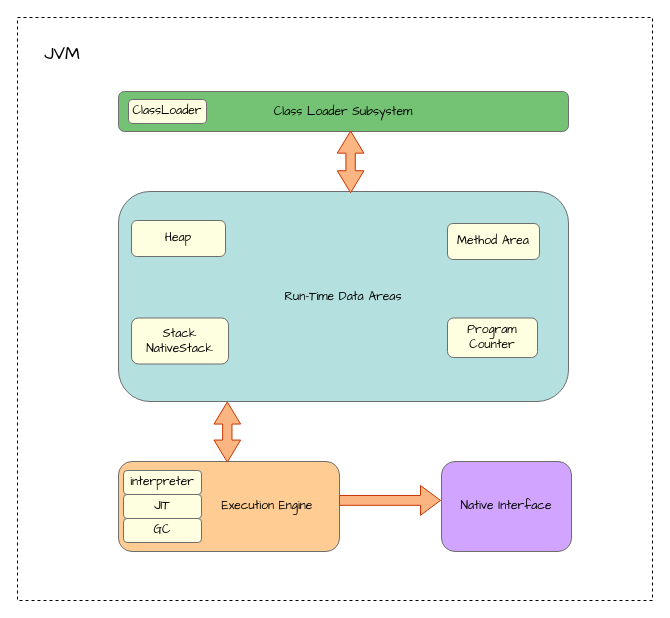
This is page "JVM组成" (5 of 13) of adnir.drawio from LittleY98/Draw_Repository, a draw.io file, before an edit. Source tidied: cells renumbered, new cells numbered last; positions are measured from the earlier drawing's top-left corner, leaving out a move shared by most shapes. Both pictures are drawn from the tidied source at 100%, with x=0, y=0 at pixel (17, 17).
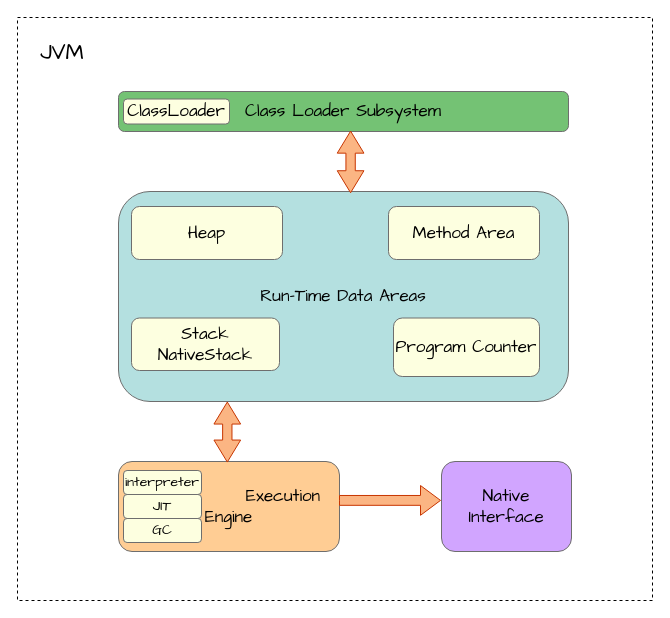
The same diagram, later.

The edit, as a diff of the source:
```diff
@@
 <mxGraphModel>
   <root>
     <mxCell id="0" />
     <mxCell id="1" parent="0" />
-    <mxCell id="2" style="rounded=0;whiteSpace=wrap;html=1;dashed=1;" parent="1" vertex="1">
+    <mxCell id="2" style="rounded=0;whiteSpace=wrap;html=1;dashed=1;fontSize=17;fontFamily=Comic Sans MS;" parent="1" vertex="1">
       <mxGeometry width="635" height="583" as="geometry" />
     </mxCell>
-    <mxCell id="3" value="&lt;font face=&quot;Comic Sans MS&quot;&gt;Class Loader Subsystem&lt;/font&gt;" style="rounded=1;whiteSpace=wrap;html=1;labelBackgroundColor=none;fillStyle=solid;fillColor=#74C274;strokeColor=#6E6E6E;" parent="1" vertex="1">
+    <mxCell id="3" value="&lt;font style=&quot;font-size: 17px;&quot;&gt;Class Loader Subsystem&lt;/font&gt;" style="rounded=1;whiteSpace=wrap;html=1;labelBackgroundColor=none;fillStyle=solid;fillColor=#74C274;strokeColor=#6E6E6E;fontSize=17;fontFamily=Comic Sans MS;" parent="1" vertex="1">
       <mxGeometry x="101" y="74" width="450" height="40" as="geometry" />
     </mxCell>
-    <mxCell id="4" value="&lt;font color=&quot;#000000&quot; face=&quot;Comic Sans MS&quot;&gt;Run-Time Data Areas&lt;/font&gt;" style="rounded=1;whiteSpace=wrap;html=1;labelBackgroundColor=none;fillColor=#B4E0E0;fontColor=#ffffff;strokeColor=#6E6E6E;fillStyle=solid;" parent="1" vertex="1">
+    <mxCell id="4" value="&lt;font style=&quot;font-size: 17px;&quot; color=&quot;#000000&quot;&gt;Run-Time Data Areas&lt;/font&gt;" style="rounded=1;whiteSpace=wrap;html=1;labelBackgroundColor=none;fillColor=#B4E0E0;fontColor=#ffffff;strokeColor=#6E6E6E;fillStyle=solid;fontSize=17;fontFamily=Comic Sans MS;" parent="1" vertex="1">
       <mxGeometry x="101" y="174" width="450" height="210" as="geometry" />
     </mxCell>
-    <mxCell id="5" value="&lt;font face=&quot;Comic Sans MS&quot;&gt;&amp;nbsp; &amp;nbsp; &amp;nbsp;&lt;span style=&quot;white-space: pre;&quot;&gt;&#9;&lt;/span&gt;&lt;span style=&quot;white-space: pre;&quot;&gt;&#9;&lt;/span&gt;Execution Engine&lt;/font&gt;" style="rounded=1;whiteSpace=wrap;html=1;hachureGap=4;fontFamily=Architects Daughter;labelBackgroundColor=none;fillStyle=solid;fillColor=#ffcd94;strokeColor=#6E6E6E;" parent="1" vertex="1">
+    <mxCell id="5" value="&lt;font style=&quot;font-size: 17px;&quot;&gt;&amp;nbsp; &amp;nbsp; &amp;nbsp;&lt;span style=&quot;white-space: pre; font-size: 17px;&quot;&gt;&#9;&lt;/span&gt;&lt;span style=&quot;white-space: pre; font-size: 17px;&quot;&gt;&#9;&lt;/span&gt;Execution Engine&lt;/font&gt;" style="rounded=1;whiteSpace=wrap;html=1;hachureGap=4;fontFamily=Comic Sans MS;labelBackgroundColor=none;fillStyle=solid;fillColor=#ffcd94;strokeColor=#6E6E6E;fontSize=17;" parent="1" vertex="1">
       <mxGeometry x="101" y="444" width="221" height="90" as="geometry" />
     </mxCell>
-    <mxCell id="6" value="&lt;font face=&quot;Comic Sans MS&quot;&gt;Native Interface&lt;/font&gt;" style="rounded=1;whiteSpace=wrap;html=1;hachureGap=4;fontFamily=Architects Daughter;labelBackgroundColor=none;fillColor=#d1a5ff;fillStyle=solid;strokeColor=#6E6E6E;" parent="1" vertex="1">
+    <mxCell id="6" value="&lt;font style=&quot;font-size: 17px;&quot;&gt;Native Interface&lt;/font&gt;" style="rounded=1;whiteSpace=wrap;html=1;hachureGap=4;fontFamily=Comic Sans MS;labelBackgroundColor=none;fillColor=#d1a5ff;fillStyle=solid;strokeColor=#6E6E6E;fontSize=17;" parent="1" vertex="1">
       <mxGeometry x="424" y="444" width="130" height="90" as="geometry" />
     </mxCell>
-    <mxCell id="7" style="html=1;shadow=0;dashed=0;align=center;verticalAlign=middle;shape=mxgraph.arrows2.twoWayArrow;dy=0.65;dx=22;rounded=1;hachureGap=4;fontFamily=Architects Daughter;rotation=90;labelBackgroundColor=none;strokeColor=#C73500;fillColor=#FBB583;fontColor=#000000;" parent="1" vertex="1">
+    <mxCell id="7" style="html=1;shadow=0;dashed=0;align=center;verticalAlign=middle;shape=mxgraph.arrows2.twoWayArrow;dy=0.65;dx=22;rounded=1;hachureGap=4;fontFamily=Comic Sans MS;rotation=90;labelBackgroundColor=none;strokeColor=#C73500;fillColor=#FBB583;fontColor=#000000;fontSize=17;" parent="1" vertex="1">
       <mxGeometry x="302.3" y="131.1" width="61.6" height="26.7" as="geometry" />
     </mxCell>
-    <mxCell id="8" style="html=1;shadow=0;dashed=0;align=center;verticalAlign=middle;shape=mxgraph.arrows2.arrow;dy=0.67;dx=20;notch=0;hachureGap=4;fontFamily=Architects Daughter;strokeColor=#C73500;fillColor=#FBB583;fontColor=#000000;" parent="1" vertex="1">
+    <mxCell id="8" style="html=1;shadow=0;dashed=0;align=center;verticalAlign=middle;shape=mxgraph.arrows2.arrow;dy=0.67;dx=20;notch=0;hachureGap=4;fontFamily=Comic Sans MS;strokeColor=#C73500;fillColor=#FBB583;fontColor=#000000;fontSize=17;" parent="1" vertex="1">
       <mxGeometry x="322" y="468" width="101" height="29.8" as="geometry" />
     </mxCell>
-    <mxCell id="9" value="ClassLoader" style="rounded=1;whiteSpace=wrap;html=1;hachureGap=4;fontFamily=Architects Daughter;fillColor=#FDFFE0;fillStyle=solid;strokeColor=#6E6E6E;" parent="1" vertex="1">
-      <mxGeometry x="111" y="82" width="78" height="24" as="geometry" />
+    <mxCell id="9" value="ClassLoader" style="rounded=1;whiteSpace=wrap;html=1;hachureGap=4;fontFamily=Comic Sans MS;fillColor=#FDFFE0;fillStyle=solid;strokeColor=#6E6E6E;fontSize=17;" parent="1" vertex="1">
+      <mxGeometry x="106" y="81.5" width="106" height="25" as="geometry" />
     </mxCell>
-    <mxCell id="10" value="Heap" style="rounded=1;whiteSpace=wrap;html=1;hachureGap=4;fontFamily=Architects Daughter;fillColor=#FDFFE0;fillStyle=solid;strokeColor=#6E6E6E;" parent="1" vertex="1">
-      <mxGeometry x="114" y="203" width="94" height="36" as="geometry" />
+    <mxCell id="10" value="Heap" style="rounded=1;whiteSpace=wrap;html=1;hachureGap=4;fontFamily=Comic Sans MS;fillColor=#FDFFE0;fillStyle=solid;strokeColor=#6E6E6E;fontSize=17;" parent="1" vertex="1">
+      <mxGeometry x="114" y="189" width="151" height="53" as="geometry" />
     </mxCell>
-    <mxCell id="11" value="Stack&lt;div&gt;NativeStack&lt;/div&gt;" style="rounded=1;whiteSpace=wrap;html=1;hachureGap=4;fontFamily=Architects Daughter;fillColor=#FDFFE0;fillStyle=solid;strokeColor=#6E6E6E;" parent="1" vertex="1">
-      <mxGeometry x="114" y="300.5" width="97" height="46" as="geometry" />
+    <mxCell id="11" value="Stack&lt;div style=&quot;font-size: 17px;&quot;&gt;NativeStack&lt;/div&gt;" style="rounded=1;whiteSpace=wrap;html=1;hachureGap=4;fontFamily=Comic Sans MS;fillColor=#FDFFE0;fillStyle=solid;strokeColor=#6E6E6E;fontSize=17;" parent="1" vertex="1">
+      <mxGeometry x="114" y="300.5" width="148" height="52.5" as="geometry" />
     </mxCell>
-    <mxCell id="12" value="Method Area" style="rounded=1;whiteSpace=wrap;html=1;hachureGap=4;fontFamily=Architects Daughter;fillColor=#FDFFE0;fillStyle=solid;strokeColor=#6E6E6E;" parent="1" vertex="1">
-      <mxGeometry x="430" y="206" width="92" height="36" as="geometry" />
+    <mxCell id="12" value="Method Area" style="rounded=1;whiteSpace=wrap;html=1;hachureGap=4;fontFamily=Comic Sans MS;fillColor=#FDFFE0;fillStyle=solid;strokeColor=#6E6E6E;fontSize=17;" parent="1" vertex="1">
+      <mxGeometry x="371" y="189" width="151" height="53" as="geometry" />
     </mxCell>
-    <mxCell id="13" value="Program Counter" style="rounded=1;whiteSpace=wrap;html=1;hachureGap=4;fontFamily=Architects Daughter;fillColor=#FDFFE0;fillStyle=solid;strokeColor=#6E6E6E;" parent="1" vertex="1">
-      <mxGeometry x="430" y="300.5" width="90" height="39.5" as="geometry" />
+    <mxCell id="13" value="Program Counter" style="rounded=1;whiteSpace=wrap;html=1;hachureGap=4;fontFamily=Comic Sans MS;fillColor=#FDFFE0;fillStyle=solid;strokeColor=#6E6E6E;fontSize=17;" parent="1" vertex="1">
+      <mxGeometry x="376" y="300.5" width="146" height="58.5" as="geometry" />
     </mxCell>
-    <mxCell id="14" value="interpreter" style="rounded=1;whiteSpace=wrap;html=1;hachureGap=4;fontFamily=Architects Daughter;fillColor=#FDFFE0;fillStyle=solid;strokeColor=#6E6E6E;" parent="1" vertex="1">
+    <mxCell id="14" value="interpreter" style="rounded=1;whiteSpace=wrap;html=1;hachureGap=4;fontFamily=Comic Sans MS;fillColor=#FDFFE0;fillStyle=solid;strokeColor=#6E6E6E;fontSize=14;" parent="1" vertex="1">
       <mxGeometry x="106" y="453" width="78" height="24" as="geometry" />
     </mxCell>
-    <mxCell id="15" value="JIT" style="rounded=1;whiteSpace=wrap;html=1;hachureGap=4;fontFamily=Architects Daughter;fillColor=#FDFFE0;fillStyle=solid;strokeColor=#6E6E6E;" parent="1" vertex="1">
+    <mxCell id="15" value="JIT" style="rounded=1;whiteSpace=wrap;html=1;hachureGap=4;fontFamily=Comic Sans MS;fillColor=#FDFFE0;fillStyle=solid;strokeColor=#6E6E6E;fontSize=14;" parent="1" vertex="1">
       <mxGeometry x="106" y="477" width="78" height="24" as="geometry" />
     </mxCell>
-    <mxCell id="16" value="GC" style="rounded=1;whiteSpace=wrap;html=1;hachureGap=4;fontFamily=Architects Daughter;fillColor=#FDFFE0;fillStyle=solid;strokeColor=#6E6E6E;" parent="1" vertex="1">
+    <mxCell id="16" value="GC" style="rounded=1;whiteSpace=wrap;html=1;hachureGap=4;fontFamily=Comic Sans MS;fillColor=#FDFFE0;fillStyle=solid;strokeColor=#6E6E6E;fontSize=14;" parent="1" vertex="1">
       <mxGeometry x="106" y="501" width="78" height="24" as="geometry" />
     </mxCell>
-    <mxCell id="17" style="html=1;shadow=0;dashed=0;align=center;verticalAlign=middle;shape=mxgraph.arrows2.twoWayArrow;dy=0.65;dx=22;rounded=1;hachureGap=4;fontFamily=Architects Daughter;rotation=90;labelBackgroundColor=none;strokeColor=#C73500;fillColor=#fbb583;fontColor=#000000;" parent="1" vertex="1">
+    <mxCell id="17" style="html=1;shadow=0;dashed=0;align=center;verticalAlign=middle;shape=mxgraph.arrows2.twoWayArrow;dy=0.65;dx=22;rounded=1;hachureGap=4;fontFamily=Comic Sans MS;rotation=90;labelBackgroundColor=none;strokeColor=#C73500;fillColor=#fbb583;fontColor=#000000;fontSize=17;" parent="1" vertex="1">
       <mxGeometry x="179.8" y="401.2" width="60" height="26.7" as="geometry" />
     </mxCell>
-    <mxCell id="18" value="&lt;font style=&quot;font-size: 18px;&quot; face=&quot;Comic Sans MS&quot;&gt;JVM&lt;/font&gt;" style="text;html=1;align=center;verticalAlign=middle;whiteSpace=wrap;rounded=0;" parent="1" vertex="1">
+    <mxCell id="18" value="&lt;font style=&quot;font-size: 22px;&quot;&gt;JVM&lt;/font&gt;" style="text;html=1;align=center;verticalAlign=middle;whiteSpace=wrap;rounded=0;fontSize=22;fontFamily=Comic Sans MS;" parent="1" vertex="1">
       <mxGeometry x="8" y="16" width="74" height="40" as="geometry" />
     </mxCell>
   </root>
 </mxGraphModel>
```
